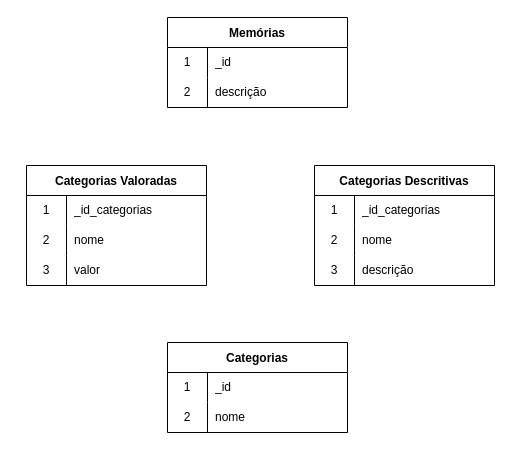
Above: docs/diagrama_de_dados_aurora.drawio in marvinho-tn/aurora (draw.io), before the change. Source tidied: cells renumbered, new cells numbered last; positions are measured from the earlier drawing's top-left corner, leaving out a move shared by most shapes. Both pictures are drawn from the tidied source at 100%, with x=0, y=0 at pixel (26, 17).
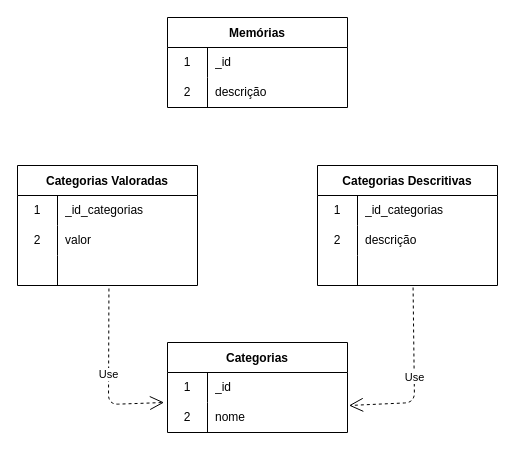
The same diagram, later.

The change refers to these unchanged cells:
```xml
<mxCell id="13" style="shape=tableRow;horizontal=0;startSize=0;swimlaneHead=0;swimlaneBody=0;top=0;left=0;bottom=0;right=0;fillColor=none;" parent="9" vertex="1">
  <mxGeometry y="60" width="180" height="30" as="geometry" />
</mxCell>
<mxCell id="16" style="shape=tableRow;horizontal=0;startSize=0;swimlaneHead=0;swimlaneBody=0;top=0;left=0;bottom=0;right=0;fillColor=none;points=[[0,0.5],[1,0.5]];portConstraint=eastwest;" parent="9" vertex="1">
  <mxGeometry y="90" width="180" height="30" as="geometry" />
</mxCell>
<mxCell id="23" style="shape=tableRow;horizontal=0;startSize=0;swimlaneHead=0;swimlaneBody=0;top=0;left=0;bottom=0;right=0;fillColor=none;points=[[0,0.5],[1,0.5]];portConstraint=eastwest;" parent="19" vertex="1">
  <mxGeometry y="60" width="180" height="30" as="geometry" />
</mxCell>
<mxCell id="30" style="shape=tableRow;horizontal=0;startSize=0;swimlaneHead=0;swimlaneBody=0;top=0;left=0;bottom=0;right=0;fillColor=none;" parent="26" vertex="1">
  <mxGeometry y="60" width="180" height="30" as="geometry" />
</mxCell>
<mxCell id="33" style="shape=tableRow;horizontal=0;startSize=0;swimlaneHead=0;swimlaneBody=0;top=0;left=0;bottom=0;right=0;fillColor=none;points=[[0,0.5],[1,0.5]];portConstraint=eastwest;" parent="26" vertex="1">
  <mxGeometry y="90" width="180" height="30" as="geometry" />
</mxCell>
```

What changed in the source:
```diff
@@
     <mxCell id="9" value="Categorias Descritivas" style="shape=table;startSize=30;childLayout=tableLayout;rowLines=0;fontStyle=1;" parent="1" vertex="1">
-      <mxGeometry x="288" y="148" width="180" height="120" as="geometry" />
+      <mxGeometry x="291" y="148" width="180" height="120" as="geometry" />
     </mxCell>
@@
-    <mxCell id="15" value="nome" style="shape=partialRectangle;html=1;whiteSpace=wrap;fillColor=none;top=0;left=0;bottom=0;right=0;align=left;spacingLeft=6;overflow=hidden;" parent="13" vertex="1">
+    <mxCell id="15" value="descrição" style="shape=partialRectangle;html=1;whiteSpace=wrap;fillColor=none;top=0;left=0;bottom=0;right=0;align=left;spacingLeft=6;overflow=hidden;" parent="13" vertex="1">
       <mxGeometry x="40" width="140" height="30" as="geometry" />
     </mxCell>
@@
-    <mxCell id="17" value="3" style="shape=partialRectangle;html=1;whiteSpace=wrap;fillColor=none;top=0;left=0;bottom=0;right=0;overflow=hidden;" parent="16" vertex="1">
+    <mxCell id="17" style="shape=partialRectangle;html=1;whiteSpace=wrap;fillColor=none;top=0;left=0;bottom=0;right=0;overflow=hidden;" parent="16" vertex="1">
       <mxGeometry width="40" height="30" as="geometry" />
     </mxCell>
-    <mxCell id="18" value="descrição" style="shape=partialRectangle;html=1;whiteSpace=wrap;fillColor=none;top=0;left=0;bottom=0;right=0;align=left;spacingLeft=6;overflow=hidden;" parent="16" vertex="1">
+    <mxCell id="18" style="shape=partialRectangle;html=1;whiteSpace=wrap;fillColor=none;top=0;left=0;bottom=0;right=0;align=left;spacingLeft=6;overflow=hidden;" parent="16" vertex="1">
       <mxGeometry x="40" width="140" height="30" as="geometry" />
     </mxCell>
@@
     <mxCell id="26" value="Categorias Valoradas" style="shape=table;startSize=30;childLayout=tableLayout;rowLines=0;fontStyle=1;" parent="1" vertex="1">
-      <mxGeometry y="148" width="180" height="120" as="geometry" />
+      <mxGeometry x="-9" y="148" width="180" height="120" as="geometry" />
     </mxCell>
@@
-    <mxCell id="32" value="nome" style="shape=partialRectangle;html=1;whiteSpace=wrap;fillColor=none;top=0;left=0;bottom=0;right=0;align=left;spacingLeft=6;overflow=hidden;" parent="30" vertex="1">
+    <mxCell id="32" value="valor" style="shape=partialRectangle;html=1;whiteSpace=wrap;fillColor=none;top=0;left=0;bottom=0;right=0;align=left;spacingLeft=6;overflow=hidden;" parent="30" vertex="1">
       <mxGeometry x="40" width="140" height="30" as="geometry" />
     </mxCell>
@@
-    <mxCell id="34" value="3" style="shape=partialRectangle;html=1;whiteSpace=wrap;fillColor=none;top=0;left=0;bottom=0;right=0;overflow=hidden;" parent="33" vertex="1">
+    <mxCell id="34" style="shape=partialRectangle;html=1;whiteSpace=wrap;fillColor=none;top=0;left=0;bottom=0;right=0;overflow=hidden;" parent="33" vertex="1">
       <mxGeometry width="40" height="30" as="geometry" />
     </mxCell>
-    <mxCell id="35" value="valor" style="shape=partialRectangle;html=1;whiteSpace=wrap;fillColor=none;top=0;left=0;bottom=0;right=0;align=left;spacingLeft=6;overflow=hidden;" parent="33" vertex="1">
+    <mxCell id="35" style="shape=partialRectangle;html=1;whiteSpace=wrap;fillColor=none;top=0;left=0;bottom=0;right=0;align=left;spacingLeft=6;overflow=hidden;" parent="33" vertex="1">
       <mxGeometry x="40" width="140" height="30" as="geometry" />
     </mxCell>
+    <mxCell id="36" value="Use" style="endArrow=open;endSize=12;dashed=1;html=1;entryX=-0.019;entryY=0;entryDx=0;entryDy=0;entryPerimeter=0;exitX=0.508;exitY=1.1;exitDx=0;exitDy=0;exitPerimeter=0;" parent="1" edge="1" source="33" target="23">
+      <mxGeometry relative="1" as="geometry">
+        <Array as="points">
+          <mxPoint x="82" y="387" />
+        </Array>
+      </mxGeometry>
+    </mxCell>
+    <mxCell id="37" value="Use" style="endArrow=open;endSize=12;dashed=1;html=1;entryX=1.008;entryY=0.1;entryDx=0;entryDy=0;entryPerimeter=0;exitX=0.531;exitY=1.067;exitDx=0;exitDy=0;exitPerimeter=0;" parent="1" edge="1" source="16" target="23">
+      <mxGeometry relative="1" as="geometry">
+        <Array as="points">
+          <mxPoint x="388" y="385" />
+        </Array>
+      </mxGeometry>
+    </mxCell>
```
